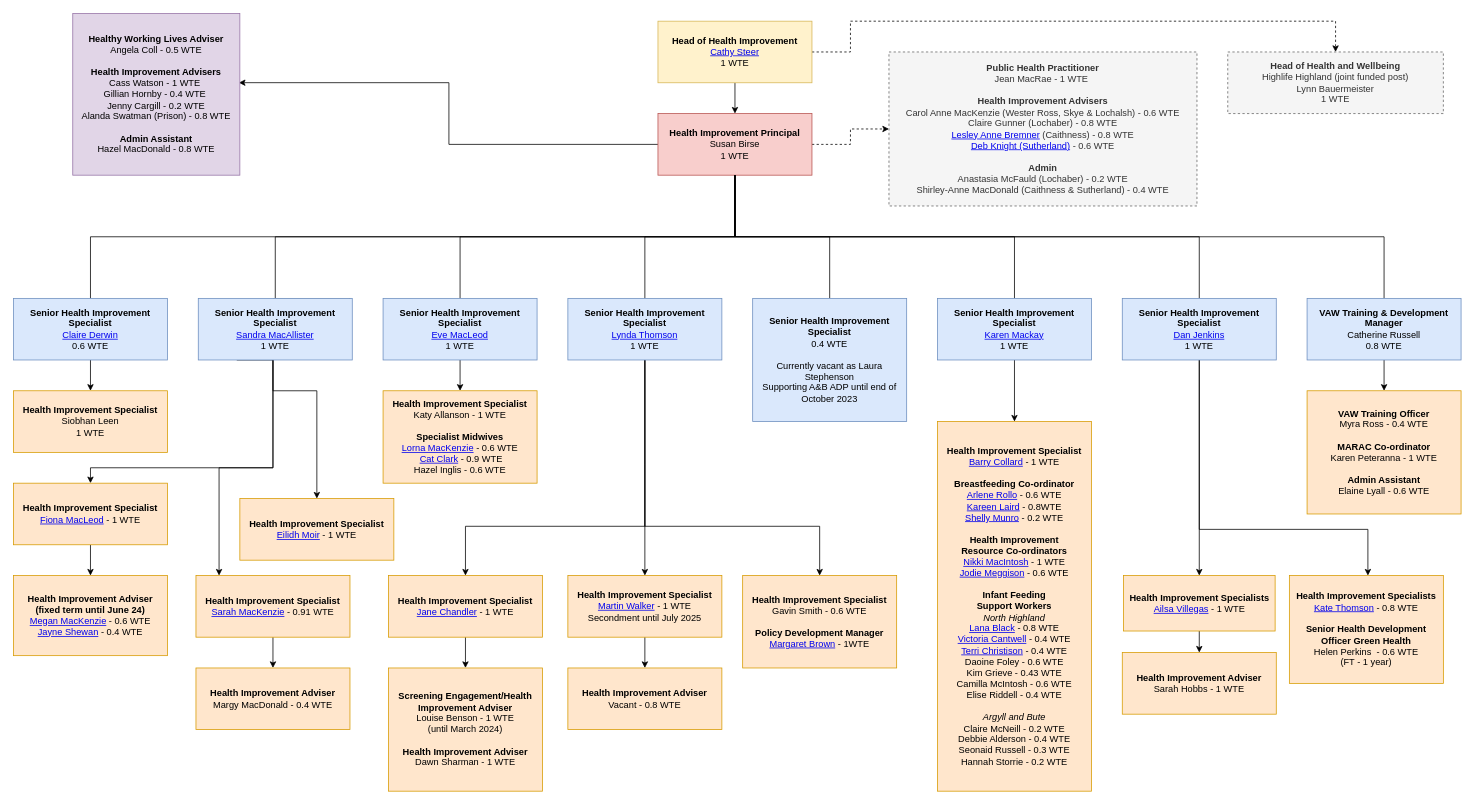
Before: Untitled Diagram.drawio in barrycollard/staffOrgChart, a draw.io diagram. Source tidied: cells renumbered, new cells numbered last; positions are measured from the earlier drawing's top-left corner, leaving out a move shared by most shapes. Both pictures are drawn from the tidied source at 77%, with x=0, y=0 at pixel (13, 13).
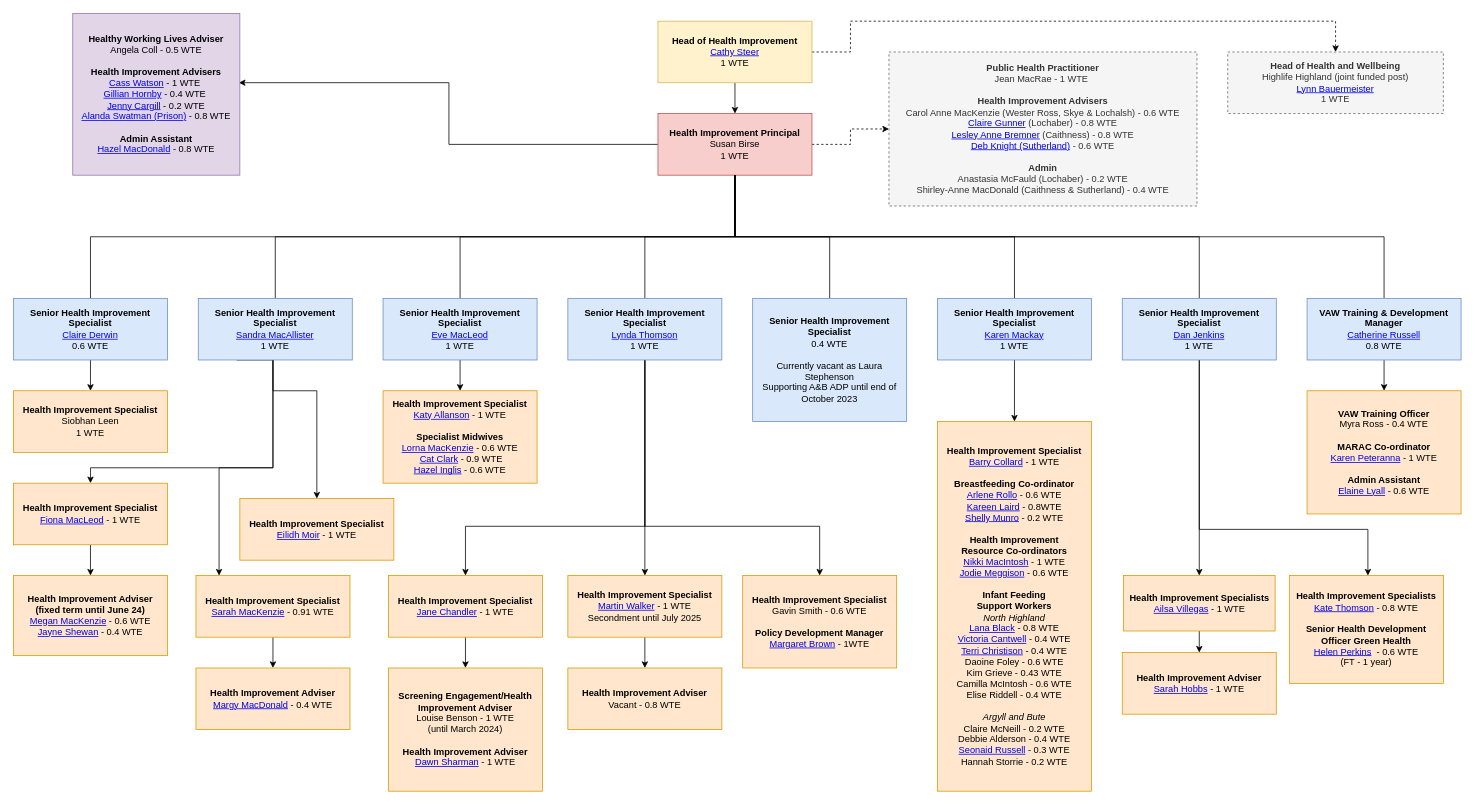
The same diagram, later.

Commit message:
links to names updated

Diff of the diagram source:
```diff
@@
-    <mxCell id="8" value="&lt;div&gt;&lt;b&gt;Healthy Working Lives Adviser&lt;/b&gt;&lt;/div&gt;&lt;div&gt;Angela Coll - 0.5 WTE&lt;/div&gt;&lt;div&gt;&lt;br&gt;&lt;/div&gt;&lt;div&gt;&lt;b&gt;Health Improvement Advisers&lt;/b&gt;&lt;/div&gt;&lt;div&gt;&lt;div&gt;Cass Watson - 1 WTE&amp;nbsp;&lt;/div&gt;&lt;div&gt;Gillian Hornby - 0.4 WTE&amp;nbsp;&lt;/div&gt;&lt;div&gt;&lt;span style=&quot;background-color: initial;&quot;&gt;Jenny Cargill - 0.2 WTE&lt;/span&gt;&lt;br&gt;&lt;/div&gt;&lt;div&gt;Alanda Swatman (Prison) - 0.8 WTE&lt;/div&gt;&lt;/div&gt;&lt;div&gt;&lt;br&gt;&lt;/div&gt;&lt;div&gt;&lt;b&gt;Admin Assistant&lt;/b&gt;&lt;/div&gt;&lt;div&gt;Hazel MacDonald - 0.8 WTE&lt;/div&gt;" style="rounded=0;whiteSpace=wrap;html=1;fillColor=#e1d5e7;strokeColor=#9673a6;" parent="1" vertex="1">
+    <mxCell id="8" value="&lt;div&gt;&lt;b&gt;Healthy Working Lives Adviser&lt;/b&gt;&lt;/div&gt;&lt;div&gt;Angela Coll - 0.5 WTE&lt;/div&gt;&lt;div&gt;&lt;br&gt;&lt;/div&gt;&lt;div&gt;&lt;b&gt;Health Improvement Advisers&lt;/b&gt;&lt;/div&gt;&lt;div&gt;&lt;div&gt;&lt;a href=&quot;https://nhshighland.publichealth.scot.nhs.uk/staff/cassandra-watson/&quot;&gt;Cass Watson&lt;/a&gt; - 1 WTE&amp;nbsp;&lt;/div&gt;&lt;div&gt;&lt;a href=&quot;https://nhshighland.publichealth.scot.nhs.uk/staff/gillian-hornby/&quot;&gt;Gillian Hornby&lt;/a&gt; - 0.4 WTE&amp;nbsp;&lt;/div&gt;&lt;div&gt;&lt;span style=&quot;background-color: initial;&quot;&gt;&lt;a href=&quot;https://nhshighland.publichealth.scot.nhs.uk/staff/jenny-cargill/&quot;&gt;Jenny Cargill&lt;/a&gt; - 0.2 WTE&lt;/span&gt;&lt;br&gt;&lt;/div&gt;&lt;div&gt;&lt;a href=&quot;https://nhshighland.publichealth.scot.nhs.uk/staff/alanda-swatman/&quot;&gt;Alanda Swatman (Prison)&lt;/a&gt; - 0.8 WTE&lt;/div&gt;&lt;/div&gt;&lt;div&gt;&lt;br&gt;&lt;/div&gt;&lt;div&gt;&lt;b&gt;Admin Assistant&lt;/b&gt;&lt;/div&gt;&lt;div&gt;&lt;a href=&quot;https://nhshighland.publichealth.scot.nhs.uk/staff/hazel-macdonald/&quot;&gt;Hazel MacDonald&lt;/a&gt; - 0.8 WTE&lt;/div&gt;" style="rounded=0;whiteSpace=wrap;html=1;fillColor=#e1d5e7;strokeColor=#9673a6;" parent="1" vertex="1">
       <mxGeometry x="77" width="217" height="210" as="geometry" />
     </mxCell>
@@
-    <mxCell id="33" value="&lt;div&gt;&lt;b&gt;Health Improvement Specialist&lt;/b&gt;&lt;/div&gt;&lt;div&gt;Katy Allanson - 1 WTE&lt;/div&gt;&lt;div&gt;&lt;br&gt;&lt;/div&gt;&lt;div&gt;&lt;b&gt;Specialist Midwives&lt;/b&gt;&lt;/div&gt;&lt;div&gt;&lt;div&gt;&lt;a href=&quot;https://nhshighland.publichealth.scot.nhs.uk/staff/lorna-mackenzie/&quot;&gt;Lorna MacKenzie&lt;/a&gt; - 0.6 WTE&lt;/div&gt;&lt;div&gt;&amp;nbsp;&lt;a href=&quot;https://nhshighland.publichealth.scot.nhs.uk/staff/cat-clark/&quot;&gt;Cat Clark&lt;/a&gt; - 0.9 WTE&lt;/div&gt;&lt;div&gt;Hazel Inglis - 0.6 WTE&lt;/div&gt;&lt;/div&gt;" style="rounded=0;whiteSpace=wrap;html=1;fillColor=#ffe6cc;strokeColor=#d79b00;" parent="1" vertex="1">
+    <mxCell id="33" value="&lt;div&gt;&lt;b&gt;Health Improvement Specialist&lt;/b&gt;&lt;/div&gt;&lt;div&gt;&lt;a href=&quot;https://nhshighland.publichealth.scot.nhs.uk/staff/katy-allanson/&quot;&gt;Katy Allanson&lt;/a&gt; - 1 WTE&lt;/div&gt;&lt;div&gt;&lt;br&gt;&lt;/div&gt;&lt;div&gt;&lt;b&gt;Specialist Midwives&lt;/b&gt;&lt;/div&gt;&lt;div&gt;&lt;div&gt;&lt;a href=&quot;https://nhshighland.publichealth.scot.nhs.uk/staff/lorna-mackenzie/&quot;&gt;Lorna MacKenzie&lt;/a&gt; - 0.6 WTE&lt;/div&gt;&lt;div&gt;&amp;nbsp;&lt;a href=&quot;https://nhshighland.publichealth.scot.nhs.uk/staff/cat-clark/&quot;&gt;Cat Clark&lt;/a&gt; - 0.9 WTE&lt;/div&gt;&lt;div&gt;&lt;a href=&quot;https://nhshighland.publichealth.scot.nhs.uk/staff/hazel-inglis/&quot;&gt;Hazel Inglis&lt;/a&gt; - 0.6 WTE&lt;/div&gt;&lt;/div&gt;" style="rounded=0;whiteSpace=wrap;html=1;fillColor=#ffe6cc;strokeColor=#d79b00;" parent="1" vertex="1">
       <mxGeometry x="480" y="490" width="200" height="120" as="geometry" />
     </mxCell>
@@
-    <mxCell id="36" value="&lt;div&gt;&lt;b&gt;Health Improvement Specialist&lt;/b&gt;&lt;/div&gt;&lt;div&gt;&lt;a href=&quot;https://nhshighland.publichealth.scot.nhs.uk/staff/barry-collard/&quot;&gt;Barry Collard&lt;/a&gt; - 1 WTE&lt;/div&gt;&lt;div&gt;&lt;b&gt;&lt;br&gt;&lt;/b&gt;&lt;/div&gt;&lt;div&gt;&lt;b&gt;Breastfeeding Co-ordinator&lt;/b&gt;&lt;/div&gt;&lt;div&gt;&lt;a href=&quot;https://nhshighland.publichealth.scot.nhs.uk/staff/arlene-rollo/&quot;&gt;Arlene Rollo&lt;/a&gt; - 0.6 WTE&lt;/div&gt;&lt;div&gt;&lt;div&gt;&lt;a href=&quot;https://nhshighland.publichealth.scot.nhs.uk/staff/kareen-laird/&quot;&gt;Kareen Laird&lt;/a&gt; - 0.8WTE&lt;/div&gt;&lt;div&gt;&lt;a href=&quot;https://nhshighland.publichealth.scot.nhs.uk/staff/shelly-munro/&quot;&gt;Shelly Munro&lt;/a&gt; - 0.2 WTE&lt;/div&gt;&lt;/div&gt;&lt;div&gt;&lt;b&gt;&lt;br&gt;&lt;/b&gt;&lt;/div&gt;&lt;b&gt;Health Improvement &lt;br&gt;Resource Co-ordinators&lt;/b&gt;&lt;br&gt;&lt;div&gt;&lt;a href=&quot;https://nhshighland.publichealth.scot.nhs.uk/staff/nicola-mcintosh-2/&quot;&gt;Nikki MacIntosh&lt;/a&gt; - 1 WTE&lt;/div&gt;&lt;div&gt;&lt;a href=&quot;https://nhshighland.publichealth.scot.nhs.uk/staff/jodie-meggison/&quot;&gt;Jodie Meggison&lt;/a&gt; - 0.6 WTE&lt;/div&gt;&lt;div&gt;&lt;b&gt;&lt;br&gt;&lt;/b&gt;&lt;/div&gt;&lt;div&gt;&lt;b&gt;Infant Feeding&lt;br&gt;Support Workers&lt;/b&gt;&lt;/div&gt;&lt;div&gt;&lt;div style=&quot;&quot;&gt;&lt;i&gt;North Highland&lt;/i&gt;&lt;/div&gt;&lt;div style=&quot;&quot;&gt;&lt;a href=&quot;https://nhshighland.publichealth.scot.nhs.uk/staff/lana-black/&quot;&gt;Lana Black&lt;/a&gt; - 0.8 WTE&lt;/div&gt;&lt;div style=&quot;&quot;&gt;&lt;a href=&quot;https://nhshighland.publichealth.scot.nhs.uk/staff/victoria-cantwell/&quot;&gt;Victoria Cantwell&lt;/a&gt; - 0.4 WTE&lt;/div&gt;&lt;div style=&quot;&quot;&gt;&lt;a href=&quot;https://nhshighland.publichealth.scot.nhs.uk/staff/terri-christison/&quot;&gt;Terri Christison&lt;/a&gt; - 0.4 WTE&lt;/div&gt;&lt;div style=&quot;&quot;&gt;Daoine Foley - 0.6 WTE&lt;/div&gt;&lt;div style=&quot;&quot;&gt;Kim Grieve - 0.43 WTE&lt;/div&gt;&lt;div style=&quot;&quot;&gt;Camilla McIntosh - 0.6 WTE&lt;/div&gt;&lt;div style=&quot;&quot;&gt;Elise Riddell - 0.4 WTE&lt;/div&gt;&lt;div style=&quot;&quot;&gt;&lt;br&gt;&lt;/div&gt;&lt;div style=&quot;&quot;&gt;&lt;i&gt;Argyll and Bute&lt;/i&gt;&lt;/div&gt;&lt;div style=&quot;&quot;&gt;Claire&amp;nbsp;McNeill&amp;nbsp;- 0.2 WTE&lt;/div&gt;&lt;div style=&quot;&quot;&gt;Debbie Alderson - 0.4 WTE&lt;/div&gt;&lt;div style=&quot;&quot;&gt;Seonaid Russell - 0.3 WTE&lt;/div&gt;&lt;div style=&quot;&quot;&gt;Hannah Storrie - 0.2 WTE&lt;/div&gt;&lt;/div&gt;" style="rounded=0;whiteSpace=wrap;html=1;fillColor=#ffe6cc;strokeColor=#d79b00;" parent="1" vertex="1">
+    <mxCell id="36" value="&lt;div&gt;&lt;b&gt;Health Improvement Specialist&lt;/b&gt;&lt;/div&gt;&lt;div&gt;&lt;a href=&quot;https://nhshighland.publichealth.scot.nhs.uk/staff/barry-collard/&quot;&gt;Barry Collard&lt;/a&gt; - 1 WTE&lt;/div&gt;&lt;div&gt;&lt;b&gt;&lt;br&gt;&lt;/b&gt;&lt;/div&gt;&lt;div&gt;&lt;b&gt;Breastfeeding Co-ordinator&lt;/b&gt;&lt;/div&gt;&lt;div&gt;&lt;a href=&quot;https://nhshighland.publichealth.scot.nhs.uk/staff/arlene-rollo/&quot;&gt;Arlene Rollo&lt;/a&gt; - 0.6 WTE&lt;/div&gt;&lt;div&gt;&lt;div&gt;&lt;a href=&quot;https://nhshighland.publichealth.scot.nhs.uk/staff/kareen-laird/&quot;&gt;Kareen Laird&lt;/a&gt; - 0.8WTE&lt;/div&gt;&lt;div&gt;&lt;a href=&quot;https://nhshighland.publichealth.scot.nhs.uk/staff/shelly-munro/&quot;&gt;Shelly Munro&lt;/a&gt; - 0.2 WTE&lt;/div&gt;&lt;/div&gt;&lt;div&gt;&lt;b&gt;&lt;br&gt;&lt;/b&gt;&lt;/div&gt;&lt;b&gt;Health Improvement &lt;br&gt;Resource Co-ordinators&lt;/b&gt;&lt;br&gt;&lt;div&gt;&lt;a href=&quot;https://nhshighland.publichealth.scot.nhs.uk/staff/nicola-mcintosh-2/&quot;&gt;Nikki MacIntosh&lt;/a&gt; - 1 WTE&lt;/div&gt;&lt;div&gt;&lt;a href=&quot;https://nhshighland.publichealth.scot.nhs.uk/staff/jodie-meggison/&quot;&gt;Jodie Meggison&lt;/a&gt; - 0.6 WTE&lt;/div&gt;&lt;div&gt;&lt;b&gt;&lt;br&gt;&lt;/b&gt;&lt;/div&gt;&lt;div&gt;&lt;b&gt;Infant Feeding&lt;br&gt;Support Workers&lt;/b&gt;&lt;/div&gt;&lt;div&gt;&lt;div style=&quot;&quot;&gt;&lt;i&gt;North Highland&lt;/i&gt;&lt;/div&gt;&lt;div style=&quot;&quot;&gt;&lt;a href=&quot;https://nhshighland.publichealth.scot.nhs.uk/staff/lana-black/&quot;&gt;Lana Black&lt;/a&gt; - 0.8 WTE&lt;/div&gt;&lt;div style=&quot;&quot;&gt;&lt;a href=&quot;https://nhshighland.publichealth.scot.nhs.uk/staff/victoria-cantwell/&quot;&gt;Victoria Cantwell&lt;/a&gt; - 0.4 WTE&lt;/div&gt;&lt;div style=&quot;&quot;&gt;&lt;a href=&quot;https://nhshighland.publichealth.scot.nhs.uk/staff/terri-christison/&quot;&gt;Terri Christison&lt;/a&gt; - 0.4 WTE&lt;/div&gt;&lt;div style=&quot;&quot;&gt;Daoine Foley - 0.6 WTE&lt;/div&gt;&lt;div style=&quot;&quot;&gt;Kim Grieve - 0.43 WTE&lt;/div&gt;&lt;div style=&quot;&quot;&gt;Camilla McIntosh - 0.6 WTE&lt;/div&gt;&lt;div style=&quot;&quot;&gt;Elise Riddell - 0.4 WTE&lt;/div&gt;&lt;div style=&quot;&quot;&gt;&lt;br&gt;&lt;/div&gt;&lt;div style=&quot;&quot;&gt;&lt;i&gt;Argyll and Bute&lt;/i&gt;&lt;/div&gt;&lt;div style=&quot;&quot;&gt;Claire&amp;nbsp;McNeill&amp;nbsp;- 0.2 WTE&lt;/div&gt;&lt;div style=&quot;&quot;&gt;Debbie Alderson - 0.4 WTE&lt;/div&gt;&lt;div style=&quot;&quot;&gt;&lt;a href=&quot;https://nhshighland.publichealth.scot.nhs.uk/staff/seonaid-russell/&quot;&gt;Seonaid Russell&lt;/a&gt; - 0.3 WTE&lt;/div&gt;&lt;div style=&quot;&quot;&gt;Hannah Storrie - 0.2 WTE&lt;/div&gt;&lt;/div&gt;" style="rounded=0;whiteSpace=wrap;html=1;fillColor=#ffe6cc;strokeColor=#d79b00;" parent="1" vertex="1">
       <mxGeometry x="1200" y="530" width="200" height="480" as="geometry" />
     </mxCell>
-    <mxCell id="37" value="&lt;b&gt;Screening Engagement/Health Improvement Adviser&lt;/b&gt;&lt;div&gt;Louise Benson - 1 WTE&lt;br&gt;&lt;/div&gt;&lt;div&gt;(until March 2024)&lt;/div&gt;&lt;div&gt;&lt;b&gt;&lt;br&gt;&lt;/b&gt;&lt;/div&gt;&lt;div&gt;&lt;b&gt;Health Improvement Adviser&lt;/b&gt;&lt;/div&gt;&lt;div&gt;Dawn Sharman - 1 WTE&lt;/div&gt;" style="rounded=0;whiteSpace=wrap;html=1;fillColor=#ffe6cc;strokeColor=#d79b00;" parent="1" vertex="1">
+    <mxCell id="37" value="&lt;b&gt;Screening Engagement/Health Improvement Adviser&lt;/b&gt;&lt;div&gt;Louise Benson - 1 WTE&lt;br&gt;&lt;/div&gt;&lt;div&gt;(until March 2024)&lt;/div&gt;&lt;div&gt;&lt;b&gt;&lt;br&gt;&lt;/b&gt;&lt;/div&gt;&lt;div&gt;&lt;b&gt;Health Improvement Adviser&lt;/b&gt;&lt;/div&gt;&lt;div&gt;&lt;a href=&quot;https://nhshighland.publichealth.scot.nhs.uk/staff/dawn-sharman/&quot;&gt;Dawn Sharman&lt;/a&gt; - 1 WTE&lt;/div&gt;" style="rounded=0;whiteSpace=wrap;html=1;fillColor=#ffe6cc;strokeColor=#d79b00;" parent="1" vertex="1">
       <mxGeometry x="487" y="850" width="200" height="160" as="geometry" />
     </mxCell>
@@
-    <mxCell id="44" value="&lt;div&gt;&lt;b&gt;VAW Training &amp;amp; Development Manager&lt;/b&gt;&lt;/div&gt;&lt;div&gt;Catherine Russell&lt;/div&gt;&lt;div&gt;0.8 WTE&lt;/div&gt;" style="rounded=0;whiteSpace=wrap;html=1;fillColor=#dae8fc;strokeColor=#6c8ebf;" parent="1" vertex="1">
+    <mxCell id="44" value="&lt;div&gt;&lt;b&gt;VAW Training &amp;amp; Development Manager&lt;/b&gt;&lt;/div&gt;&lt;div&gt;&lt;a href=&quot;https://nhshighland.publichealth.scot.nhs.uk/staff/catherine-russell/&quot;&gt;Catherine Russell&lt;/a&gt;&lt;/div&gt;&lt;div&gt;0.8 WTE&lt;/div&gt;" style="rounded=0;whiteSpace=wrap;html=1;fillColor=#dae8fc;strokeColor=#6c8ebf;" parent="1" vertex="1">
       <mxGeometry x="1680" y="370" width="200" height="80" as="geometry" />
     </mxCell>
-    <mxCell id="45" value="&lt;div&gt;&lt;b&gt;Health Improvement Specialists&lt;/b&gt;&lt;/div&gt;&lt;div style=&quot;border-color: var(--border-color);&quot;&gt;&lt;/div&gt;&lt;a href=&quot;https://nhshighland.publichealth.scot.nhs.uk/staff/kate-thomson/&quot;&gt;Kate Thomson&lt;/a&gt;&amp;nbsp;- 0.8 WTE&lt;br&gt;&lt;br&gt;&lt;div style=&quot;border-color: var(--border-color);&quot;&gt;&lt;b style=&quot;border-color: var(--border-color); background-color: initial;&quot;&gt;Senior Health Development Officer Green Health&lt;/b&gt;&lt;br style=&quot;border-color: var(--border-color);&quot;&gt;&lt;/div&gt;Helen Perkins&amp;nbsp;&lt;span style=&quot;background-color: initial;&quot;&gt;&amp;nbsp;- 0.6 WTE&lt;/span&gt;&lt;br&gt;&lt;div style=&quot;border-color: var(--border-color);&quot;&gt;(FT - 1 year)&lt;/div&gt;" style="rounded=0;whiteSpace=wrap;html=1;fillColor=#ffe6cc;strokeColor=#d79b00;" parent="1" vertex="1">
+    <mxCell id="45" value="&lt;div&gt;&lt;b&gt;Health Improvement Specialists&lt;/b&gt;&lt;/div&gt;&lt;div style=&quot;border-color: var(--border-color);&quot;&gt;&lt;/div&gt;&lt;a href=&quot;https://nhshighland.publichealth.scot.nhs.uk/staff/kate-thomson/&quot;&gt;Kate Thomson&lt;/a&gt;&amp;nbsp;- 0.8 WTE&lt;br&gt;&lt;br&gt;&lt;div style=&quot;border-color: var(--border-color);&quot;&gt;&lt;b style=&quot;border-color: var(--border-color); background-color: initial;&quot;&gt;Senior Health Development Officer Green Health&lt;/b&gt;&lt;br style=&quot;border-color: var(--border-color);&quot;&gt;&lt;/div&gt;&lt;a href=&quot;https://nhshighland.publichealth.scot.nhs.uk/staff/helen-perkins/&quot;&gt;Helen Perkins&lt;/a&gt;&amp;nbsp;&lt;span style=&quot;background-color: initial;&quot;&gt;&amp;nbsp;- 0.6 WTE&lt;/span&gt;&lt;br&gt;&lt;div style=&quot;border-color: var(--border-color);&quot;&gt;(FT - 1 year)&lt;/div&gt;" style="rounded=0;whiteSpace=wrap;html=1;fillColor=#ffe6cc;strokeColor=#d79b00;" parent="1" vertex="1">
       <mxGeometry x="1657" y="730" width="200" height="140" as="geometry" />
     </mxCell>
-    <mxCell id="46" value="&lt;div&gt;&lt;b&gt;VAW Training Officer&lt;/b&gt;&lt;/div&gt;&lt;div&gt;Myra Ross - 0.4 WTE&lt;/div&gt;&lt;div&gt;&lt;br&gt;&lt;/div&gt;&lt;div&gt;&lt;b&gt;MARAC Co-ordinator&lt;/b&gt;&lt;/div&gt;&lt;div&gt;Karen Peteranna - 1 WTE&lt;/div&gt;&lt;div&gt;&lt;br&gt;&lt;/div&gt;&lt;div&gt;&lt;b&gt;Admin Assistant&lt;/b&gt;&lt;/div&gt;&lt;div&gt;Elaine Lyall - 0.6 WTE&lt;/div&gt;" style="rounded=0;whiteSpace=wrap;html=1;fillColor=#ffe6cc;strokeColor=#d79b00;" parent="1" vertex="1">
+    <mxCell id="46" value="&lt;div&gt;&lt;b&gt;VAW Training Officer&lt;/b&gt;&lt;/div&gt;&lt;div&gt;Myra Ross - 0.4 WTE&lt;/div&gt;&lt;div&gt;&lt;br&gt;&lt;/div&gt;&lt;div&gt;&lt;b&gt;MARAC Co-ordinator&lt;/b&gt;&lt;/div&gt;&lt;div&gt;&lt;a href=&quot;https://nhshighland.publichealth.scot.nhs.uk/staff/karen-peteranna/&quot;&gt;Karen Peteranna&lt;/a&gt; - 1 WTE&lt;/div&gt;&lt;div&gt;&lt;br&gt;&lt;/div&gt;&lt;div&gt;&lt;b&gt;Admin Assistant&lt;/b&gt;&lt;/div&gt;&lt;div&gt;&lt;a href=&quot;https://nhshighland.publichealth.scot.nhs.uk/staff/elaine-lyall/&quot;&gt;Elaine Lyall&lt;/a&gt; - 0.6 WTE&lt;/div&gt;" style="rounded=0;whiteSpace=wrap;html=1;fillColor=#ffe6cc;strokeColor=#d79b00;" parent="1" vertex="1">
       <mxGeometry x="1680" y="490" width="200" height="160" as="geometry" />
     </mxCell>
@@
-    <mxCell id="53" value="&lt;div style=&quot;border-color: var(--border-color);&quot;&gt;&lt;div style=&quot;border-color: var(--border-color);&quot;&gt;&lt;b&gt;Public Health Practitioner&lt;/b&gt;&lt;/div&gt;&lt;div style=&quot;border-color: var(--border-color);&quot;&gt;Jean MacRae - 1 WTE&amp;nbsp;&lt;br&gt;&lt;/div&gt;&lt;div style=&quot;border-color: var(--border-color);&quot;&gt;&lt;br&gt;&lt;/div&gt;&lt;div style=&quot;border-color: var(--border-color);&quot;&gt;&lt;b&gt;Health Improvement Advisers&lt;/b&gt;&lt;/div&gt;&lt;div style=&quot;border-color: var(--border-color);&quot;&gt;Carol Anne MacKenzie (Wester Ross, Skye &amp;amp; Lochalsh) - 0.6 WTE&lt;/div&gt;&lt;div style=&quot;border-color: var(--border-color);&quot;&gt;Claire Gunner (Lochaber) - 0.8 WTE&lt;/div&gt;&lt;div style=&quot;border-color: var(--border-color);&quot;&gt;&lt;a href=&quot;https://nhshighland.publichealth.scot.nhs.uk/staff/lesley-anne-bremner/&quot;&gt;Lesley Anne Bremner&lt;/a&gt; (Caithness) - 0.8 WTE&lt;/div&gt;&lt;div style=&quot;border-color: var(--border-color);&quot;&gt;&lt;a href=&quot;https://nhshighland.publichealth.scot.nhs.uk/staff/deborah-knight/&quot;&gt;Deb Knight (Sutherland)&lt;/a&gt; - 0.6 WTE&lt;/div&gt;&lt;div style=&quot;border-color: var(--border-color);&quot;&gt;&lt;br&gt;&lt;/div&gt;&lt;div style=&quot;border-color: var(--border-color);&quot;&gt;&lt;b&gt;Admin&lt;/b&gt;&lt;/div&gt;&lt;div style=&quot;border-color: var(--border-color);&quot;&gt;&lt;span style=&quot;background-color: initial;&quot;&gt;Anastasia McFauld (Lochaber) - 0.2 WTE&lt;/span&gt;&lt;br&gt;&lt;/div&gt;&lt;div style=&quot;border-color: var(--border-color);&quot;&gt;Shirley-Anne MacDonald (Caithness &amp;amp; Sutherland) - 0.4 WTE&lt;/div&gt;&lt;/div&gt;" style="rounded=0;whiteSpace=wrap;html=1;dashed=1;fillColor=#f5f5f5;fontColor=#333333;strokeColor=#666666;" parent="1" vertex="1">
+    <mxCell id="53" value="&lt;div style=&quot;border-color: var(--border-color);&quot;&gt;&lt;div style=&quot;border-color: var(--border-color);&quot;&gt;&lt;b&gt;Public Health Practitioner&lt;/b&gt;&lt;/div&gt;&lt;div style=&quot;border-color: var(--border-color);&quot;&gt;Jean MacRae - 1 WTE&amp;nbsp;&lt;br&gt;&lt;/div&gt;&lt;div style=&quot;border-color: var(--border-color);&quot;&gt;&lt;br&gt;&lt;/div&gt;&lt;div style=&quot;border-color: var(--border-color);&quot;&gt;&lt;b&gt;Health Improvement Advisers&lt;/b&gt;&lt;/div&gt;&lt;div style=&quot;border-color: var(--border-color);&quot;&gt;Carol Anne MacKenzie (Wester Ross, Skye &amp;amp; Lochalsh) - 0.6 WTE&lt;/div&gt;&lt;div style=&quot;border-color: var(--border-color);&quot;&gt;&lt;a href=&quot;https://nhshighland.publichealth.scot.nhs.uk/staff/claire-gunner/&quot;&gt;Claire Gunner&lt;/a&gt; (Lochaber) - 0.8 WTE&lt;/div&gt;&lt;div style=&quot;border-color: var(--border-color);&quot;&gt;&lt;a href=&quot;https://nhshighland.publichealth.scot.nhs.uk/staff/lesley-anne-bremner/&quot;&gt;Lesley Anne Bremner&lt;/a&gt; (Caithness) - 0.8 WTE&lt;/div&gt;&lt;div style=&quot;border-color: var(--border-color);&quot;&gt;&lt;a href=&quot;https://nhshighland.publichealth.scot.nhs.uk/staff/deborah-knight/&quot;&gt;Deb Knight (Sutherland)&lt;/a&gt; - 0.6 WTE&lt;/div&gt;&lt;div style=&quot;border-color: var(--border-color);&quot;&gt;&lt;br&gt;&lt;/div&gt;&lt;div style=&quot;border-color: var(--border-color);&quot;&gt;&lt;b&gt;Admin&lt;/b&gt;&lt;/div&gt;&lt;div style=&quot;border-color: var(--border-color);&quot;&gt;&lt;span style=&quot;background-color: initial;&quot;&gt;Anastasia McFauld (Lochaber) - 0.2 WTE&lt;/span&gt;&lt;br&gt;&lt;/div&gt;&lt;div style=&quot;border-color: var(--border-color);&quot;&gt;Shirley-Anne MacDonald (Caithness &amp;amp; Sutherland) - 0.4 WTE&lt;/div&gt;&lt;/div&gt;" style="rounded=0;whiteSpace=wrap;html=1;dashed=1;fillColor=#f5f5f5;fontColor=#333333;strokeColor=#666666;" parent="1" vertex="1">
       <mxGeometry x="1137" y="50" width="400" height="200" as="geometry" />
     </mxCell>
-    <mxCell id="54" value="&lt;div&gt;&lt;span style=&quot;background-color: initial;&quot;&gt;&lt;b&gt;Head of Health and Wellbeing&lt;/b&gt;&lt;/span&gt;&lt;br&gt;&lt;/div&gt;&lt;div&gt;Highlife Highland (joint funded post)&lt;/div&gt;&lt;div&gt;&lt;div style=&quot;border-color: var(--border-color);&quot;&gt;Lynn Bauermeister&lt;/div&gt;&lt;/div&gt;&lt;div style=&quot;border-color: var(--border-color);&quot;&gt;1 WTE&lt;/div&gt;" style="rounded=0;whiteSpace=wrap;html=1;dashed=1;fillColor=#f5f5f5;fontColor=#333333;strokeColor=#666666;" parent="1" vertex="1">
+    <mxCell id="54" value="&lt;div&gt;&lt;span style=&quot;background-color: initial;&quot;&gt;&lt;b&gt;Head of Health and Wellbeing&lt;/b&gt;&lt;/span&gt;&lt;br&gt;&lt;/div&gt;&lt;div&gt;Highlife Highland (joint funded post)&lt;/div&gt;&lt;div&gt;&lt;div style=&quot;border-color: var(--border-color);&quot;&gt;&lt;a href=&quot;https://nhshighland.publichealth.scot.nhs.uk/staff/lynn-bauermeister/&quot;&gt;Lynn Bauermeister&lt;/a&gt;&lt;/div&gt;&lt;/div&gt;&lt;div style=&quot;border-color: var(--border-color);&quot;&gt;1 WTE&lt;/div&gt;" style="rounded=0;whiteSpace=wrap;html=1;dashed=1;fillColor=#f5f5f5;fontColor=#333333;strokeColor=#666666;" parent="1" vertex="1">
       <mxGeometry x="1577" y="50" width="280" height="80" as="geometry" />
     </mxCell>
@@
-    <mxCell id="57" value="&lt;div&gt;&lt;b&gt;Health Improvement Adviser&lt;/b&gt;&lt;/div&gt;&lt;div&gt;Sarah Hobbs - 1 WTE&lt;br&gt;&lt;/div&gt;" style="rounded=0;whiteSpace=wrap;html=1;fillColor=#ffe6cc;strokeColor=#d79b00;" parent="1" vertex="1">
+    <mxCell id="57" value="&lt;div&gt;&lt;b&gt;Health Improvement Adviser&lt;/b&gt;&lt;/div&gt;&lt;div&gt;&lt;a href=&quot;https://nhshighland.publichealth.scot.nhs.uk/staff/sarah-hobbs/&quot;&gt;Sarah Hobbs&lt;/a&gt; - 1 WTE&lt;br&gt;&lt;/div&gt;" style="rounded=0;whiteSpace=wrap;html=1;fillColor=#ffe6cc;strokeColor=#d79b00;" parent="1" vertex="1">
       <mxGeometry x="1440" y="830" width="200" height="80" as="geometry" />
     </mxCell>
@@
-    <mxCell id="60" value="&lt;div&gt;&lt;b&gt;Health Improvement Adviser&lt;/b&gt;&lt;/div&gt;&lt;div&gt;Margy MacDonald - 0.4 WTE&lt;br&gt;&lt;/div&gt;" style="rounded=0;whiteSpace=wrap;html=1;fillColor=#ffe6cc;strokeColor=#d79b00;" parent="1" vertex="1">
+    <mxCell id="60" value="&lt;div&gt;&lt;b&gt;Health Improvement Adviser&lt;/b&gt;&lt;/div&gt;&lt;div&gt;&lt;a href=&quot;https://nhshighland.publichealth.scot.nhs.uk/staff/margy-macdonald/&quot;&gt;Margy MacDonald&lt;/a&gt; - 0.4 WTE&lt;br&gt;&lt;/div&gt;" style="rounded=0;whiteSpace=wrap;html=1;fillColor=#ffe6cc;strokeColor=#d79b00;" parent="1" vertex="1">
       <mxGeometry x="237" y="850" width="200" height="80" as="geometry" />
     </mxCell>
```
